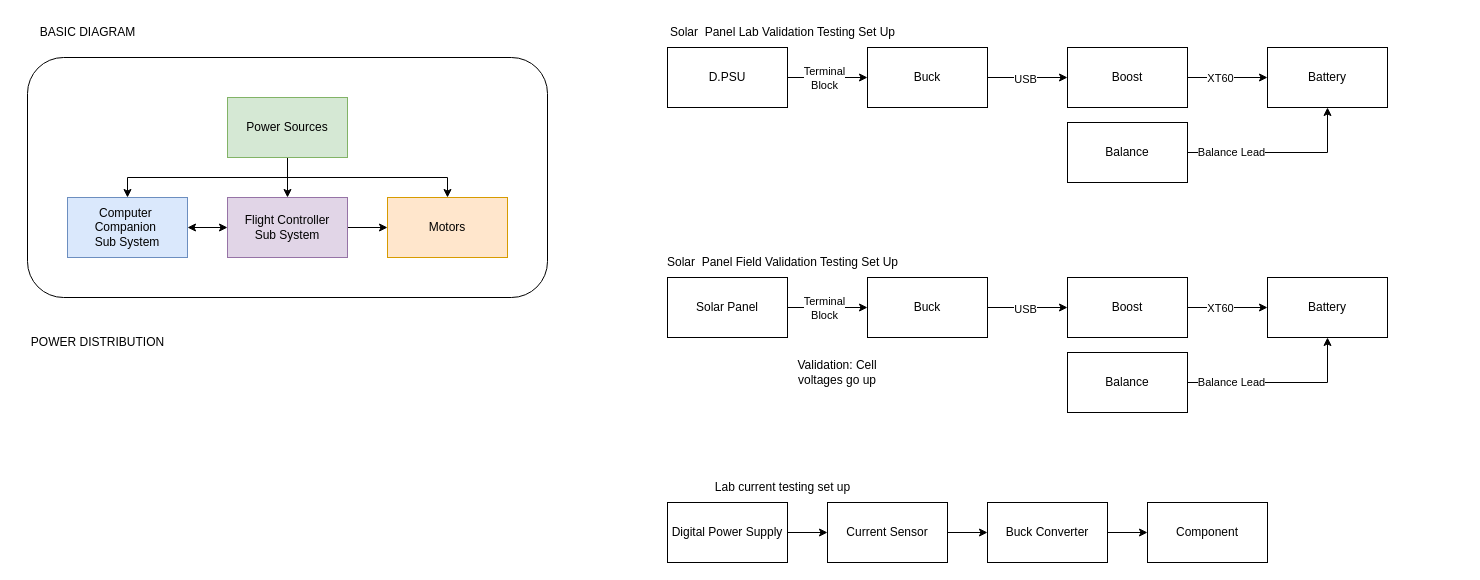
Above: FINALREPORT/REPORT_DIAGRAMS.drawio in cdun954/P4P-Buoy (draw.io), before the change. Source tidied: cells renumbered, new cells numbered last; positions are measured from the earlier drawing's top-left corner, leaving out a move shared by most shapes. Both pictures are drawn from the tidied source at 100%, with x=0, y=0 at pixel (17, 17).
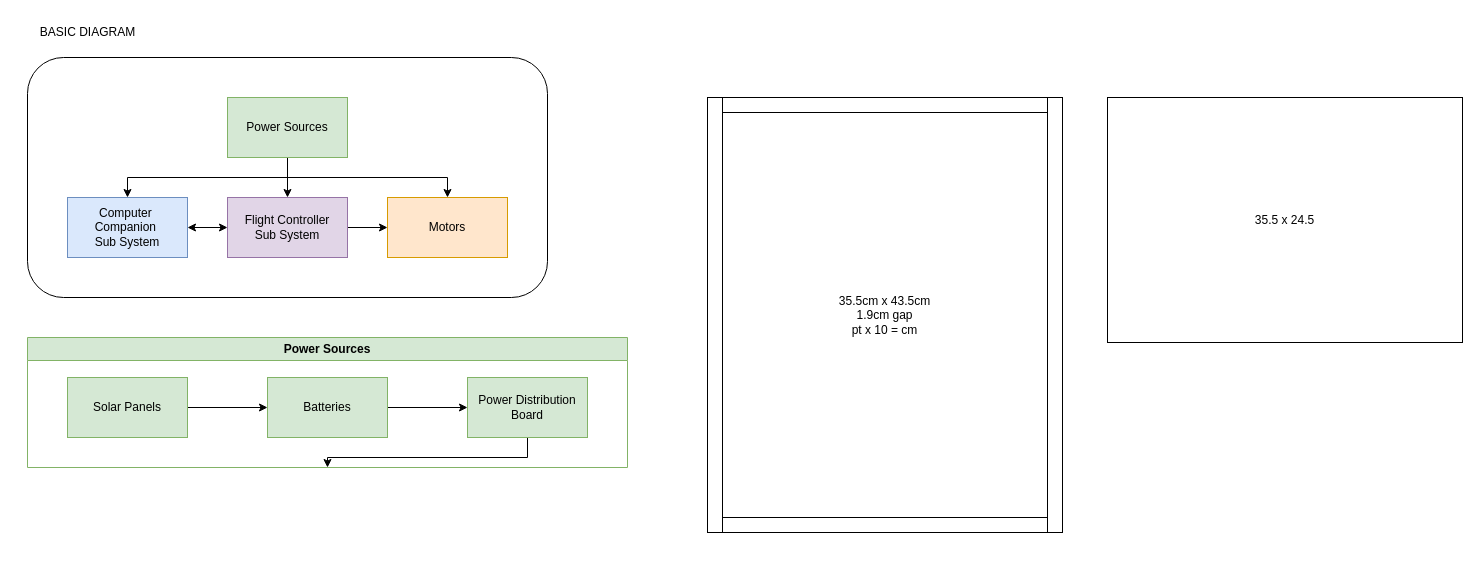
Above is the later version.

Diff of the diagram source:
```diff
@@
-    <mxCell id="13" style="edgeStyle=orthogonalEdgeStyle;rounded=0;jettySize=auto;html=1;exitX=1;exitY=0.5;exitDx=0;exitDy=0;entryX=0;entryY=0.5;entryDx=0;entryDy=0;" parent="1" edge="1" source="15" target="18">
-      <mxGeometry relative="1" as="geometry" />
-    </mxCell>
-    <mxCell id="14" value="Terminal&lt;div&gt;Block&lt;/div&gt;" style="edgeLabel;html=1;align=center;verticalAlign=middle;" parent="13" vertex="1">
-      <mxGeometry x="-0.1" relative="1" as="geometry" />
-    </mxCell>
-    <mxCell id="15" value="D.PSU" style="rounded=0;whiteSpace=wrap;html=1;" parent="1" vertex="1">
-      <mxGeometry x="650" y="30" width="120" height="60" as="geometry" />
-    </mxCell>
-    <mxCell id="16" style="edgeStyle=orthogonalEdgeStyle;rounded=0;jettySize=auto;html=1;exitX=1;exitY=0.5;exitDx=0;exitDy=0;entryX=0;entryY=0.5;entryDx=0;entryDy=0;" parent="1" edge="1" source="18" target="21">
-      <mxGeometry relative="1" as="geometry" />
-    </mxCell>
-    <mxCell id="17" value="USB" style="edgeLabel;html=1;align=center;verticalAlign=middle;" parent="16" vertex="1">
-      <mxGeometry x="-0.07" y="-1" relative="1" as="geometry" />
-    </mxCell>
-    <mxCell id="18" value="Buck" style="rounded=0;whiteSpace=wrap;html=1;" parent="1" vertex="1">
-      <mxGeometry x="850" y="30" width="120" height="60" as="geometry" />
-    </mxCell>
-    <mxCell id="19" style="edgeStyle=orthogonalEdgeStyle;rounded=0;jettySize=auto;html=1;exitX=1;exitY=0.5;exitDx=0;exitDy=0;entryX=0;entryY=0.5;entryDx=0;entryDy=0;" parent="1" edge="1" source="21" target="22">
-      <mxGeometry relative="1" as="geometry" />
-    </mxCell>
-    <mxCell id="20" value="XT60" style="edgeLabel;html=1;align=center;verticalAlign=middle;" parent="19" vertex="1">
-      <mxGeometry x="-0.2" y="-3" relative="1" as="geometry">
-        <mxPoint y="-3" as="offset" />
-      </mxGeometry>
-    </mxCell>
-    <mxCell id="21" value="Boost" style="rounded=0;whiteSpace=wrap;html=1;" parent="1" vertex="1">
-      <mxGeometry x="1050" y="30" width="120" height="60" as="geometry" />
-    </mxCell>
-    <mxCell id="22" value="Battery" style="rounded=0;whiteSpace=wrap;html=1;" parent="1" vertex="1">
-      <mxGeometry x="1250" y="30" width="120" height="60" as="geometry" />
-    </mxCell>
-    <mxCell id="23" style="edgeStyle=orthogonalEdgeStyle;rounded=0;jettySize=auto;html=1;exitX=1;exitY=0.5;exitDx=0;exitDy=0;entryX=0.5;entryY=1;entryDx=0;entryDy=0;" parent="1" edge="1" source="25" target="22">
-      <mxGeometry relative="1" as="geometry" />
-    </mxCell>
-    <mxCell id="24" value="Balance Lead" style="edgeLabel;html=1;align=center;verticalAlign=middle;" parent="23" vertex="1">
-      <mxGeometry x="-0.54" y="1" relative="1" as="geometry" />
-    </mxCell>
-    <mxCell id="25" value="Balance" style="rounded=0;whiteSpace=wrap;html=1;" parent="1" vertex="1">
-      <mxGeometry x="1050" y="105" width="120" height="60" as="geometry" />
-    </mxCell>
-    <mxCell id="26" value="Solar&amp;nbsp; Panel Lab Validation Testing Set Up" style="text;html=1;align=center;verticalAlign=middle;strokeColor=none;fillColor=none;" parent="1" vertex="1">
-      <mxGeometry x="640" width="250" height="30" as="geometry" />
-    </mxCell>
-    <mxCell id="27" style="edgeStyle=orthogonalEdgeStyle;rounded=0;jettySize=auto;html=1;exitX=1;exitY=0.5;exitDx=0;exitDy=0;entryX=0;entryY=0.5;entryDx=0;entryDy=0;" parent="1" edge="1" source="28" target="30">
-      <mxGeometry relative="1" as="geometry" />
-    </mxCell>
-    <mxCell id="28" value="Digital Power Supply" style="rounded=0;whiteSpace=wrap;html=1;" parent="1" vertex="1">
-      <mxGeometry x="650" y="485" width="120" height="60" as="geometry" />
-    </mxCell>
-    <mxCell id="29" style="edgeStyle=orthogonalEdgeStyle;rounded=0;jettySize=auto;html=1;exitX=1;exitY=0.5;exitDx=0;exitDy=0;entryX=0;entryY=0.5;entryDx=0;entryDy=0;" parent="1" edge="1" source="30" target="32">
-      <mxGeometry relative="1" as="geometry" />
-    </mxCell>
-    <mxCell id="30" value="Current Sensor" style="rounded=0;whiteSpace=wrap;html=1;" parent="1" vertex="1">
-      <mxGeometry x="810" y="485" width="120" height="60" as="geometry" />
-    </mxCell>
-    <mxCell id="31" style="edgeStyle=orthogonalEdgeStyle;rounded=0;jettySize=auto;html=1;exitX=1;exitY=0.5;exitDx=0;exitDy=0;entryX=0;entryY=0.5;entryDx=0;entryDy=0;" parent="1" edge="1" source="32" target="33">
-      <mxGeometry relative="1" as="geometry" />
-    </mxCell>
-    <mxCell id="32" value="Buck Converter" style="rounded=0;whiteSpace=wrap;html=1;" parent="1" vertex="1">
-      <mxGeometry x="970" y="485" width="120" height="60" as="geometry" />
-    </mxCell>
-    <mxCell id="33" value="Component" style="rounded=0;whiteSpace=wrap;html=1;" parent="1" vertex="1">
-      <mxGeometry x="1130" y="485" width="120" height="60" as="geometry" />
-    </mxCell>
-    <mxCell id="34" value="Lab current testing set up" style="text;html=1;align=center;verticalAlign=middle;strokeColor=none;fillColor=none;" parent="1" vertex="1">
-      <mxGeometry x="685" y="455" width="160" height="30" as="geometry" />
-    </mxCell>
-    <mxCell id="35" value="POWER DISTRIBUTION" style="text;html=1;align=center;verticalAlign=middle;strokeColor=none;fillColor=none;" parent="1" vertex="1">
-      <mxGeometry y="310" width="160" height="30" as="geometry" />
-    </mxCell>
-    <mxCell id="36" style="edgeStyle=orthogonalEdgeStyle;rounded=0;jettySize=auto;html=1;exitX=1;exitY=0.5;exitDx=0;exitDy=0;entryX=0;entryY=0.5;entryDx=0;entryDy=0;" parent="1" edge="1" source="38" target="41">
-      <mxGeometry relative="1" as="geometry" />
-    </mxCell>
-    <mxCell id="37" value="Terminal&lt;div&gt;Block&lt;/div&gt;" style="edgeLabel;html=1;align=center;verticalAlign=middle;" parent="36" vertex="1">
-      <mxGeometry x="-0.1" relative="1" as="geometry" />
-    </mxCell>
-    <mxCell id="38" value="Solar Panel" style="rounded=0;whiteSpace=wrap;html=1;" parent="1" vertex="1">
-      <mxGeometry x="650" y="260" width="120" height="60" as="geometry" />
-    </mxCell>
-    <mxCell id="39" style="edgeStyle=orthogonalEdgeStyle;rounded=0;jettySize=auto;html=1;exitX=1;exitY=0.5;exitDx=0;exitDy=0;entryX=0;entryY=0.5;entryDx=0;entryDy=0;" parent="1" edge="1" source="41" target="44">
-      <mxGeometry relative="1" as="geometry" />
-    </mxCell>
-    <mxCell id="40" value="USB" style="edgeLabel;html=1;align=center;verticalAlign=middle;" parent="39" vertex="1">
-      <mxGeometry x="-0.07" y="-1" relative="1" as="geometry" />
-    </mxCell>
-    <mxCell id="41" value="Buck" style="rounded=0;whiteSpace=wrap;html=1;" parent="1" vertex="1">
-      <mxGeometry x="850" y="260" width="120" height="60" as="geometry" />
-    </mxCell>
-    <mxCell id="42" style="edgeStyle=orthogonalEdgeStyle;rounded=0;jettySize=auto;html=1;exitX=1;exitY=0.5;exitDx=0;exitDy=0;entryX=0;entryY=0.5;entryDx=0;entryDy=0;" parent="1" edge="1" source="44" target="45">
-      <mxGeometry relative="1" as="geometry" />
-    </mxCell>
-    <mxCell id="43" value="XT60" style="edgeLabel;html=1;align=center;verticalAlign=middle;" parent="42" vertex="1">
-      <mxGeometry x="-0.2" y="-3" relative="1" as="geometry">
-        <mxPoint y="-3" as="offset" />
-      </mxGeometry>
-    </mxCell>
-    <mxCell id="44" value="Boost" style="rounded=0;whiteSpace=wrap;html=1;" parent="1" vertex="1">
-      <mxGeometry x="1050" y="260" width="120" height="60" as="geometry" />
-    </mxCell>
-    <mxCell id="45" value="Battery" style="rounded=0;whiteSpace=wrap;html=1;" parent="1" vertex="1">
-      <mxGeometry x="1250" y="260" width="120" height="60" as="geometry" />
-    </mxCell>
-    <mxCell id="46" style="edgeStyle=orthogonalEdgeStyle;rounded=0;jettySize=auto;html=1;exitX=1;exitY=0.5;exitDx=0;exitDy=0;entryX=0.5;entryY=1;entryDx=0;entryDy=0;" parent="1" edge="1" source="48" target="45">
-      <mxGeometry relative="1" as="geometry" />
-    </mxCell>
-    <mxCell id="47" value="Balance Lead" style="edgeLabel;html=1;align=center;verticalAlign=middle;" parent="46" vertex="1">
-      <mxGeometry x="-0.54" y="1" relative="1" as="geometry" />
-    </mxCell>
-    <mxCell id="48" value="Balance" style="rounded=0;whiteSpace=wrap;html=1;" parent="1" vertex="1">
-      <mxGeometry x="1050" y="335" width="120" height="60" as="geometry" />
-    </mxCell>
-    <mxCell id="49" value="Solar&amp;nbsp; Panel Field Validation Testing Set Up" style="text;html=1;align=center;verticalAlign=middle;strokeColor=none;fillColor=none;" parent="1" vertex="1">
-      <mxGeometry x="640" y="230" width="250" height="30" as="geometry" />
-    </mxCell>
-    <mxCell id="50" value="Validation: Cell voltages go up" style="text;html=1;align=center;verticalAlign=middle;whiteSpace=wrap;rounded=0;" parent="1" vertex="1">
-      <mxGeometry x="770" y="340" width="100" height="30" as="geometry" />
-    </mxCell>
+    <mxCell id="51" value="Power Sources" style="swimlane;whiteSpace=wrap;html=1;startSize=23;fillColor=#d5e8d4;strokeColor=#82b366;" parent="1" vertex="1">
+      <mxGeometry x="10" y="320" width="600" height="130" as="geometry" />
+    </mxCell>
+    <mxCell id="52" style="edgeStyle=orthogonalEdgeStyle;rounded=0;jettySize=auto;html=1;exitX=1;exitY=0.5;exitDx=0;exitDy=0;entryX=0;entryY=0.5;entryDx=0;entryDy=0;" parent="51" edge="1" source="53" target="55">
+      <mxGeometry relative="1" as="geometry" />
+    </mxCell>
+    <mxCell id="53" value="Solar Panels" style="rounded=0;whiteSpace=wrap;html=1;fillColor=#d5e8d4;strokeColor=#82b366;" parent="51" vertex="1">
+      <mxGeometry x="40" y="40" width="120" height="60" as="geometry" />
+    </mxCell>
+    <mxCell id="54" style="edgeStyle=orthogonalEdgeStyle;rounded=0;jettySize=auto;html=1;exitX=1;exitY=0.5;exitDx=0;exitDy=0;entryX=0;entryY=0.5;entryDx=0;entryDy=0;" parent="51" edge="1" source="55" target="57">
+      <mxGeometry relative="1" as="geometry" />
+    </mxCell>
+    <mxCell id="55" value="Batteries" style="rounded=0;whiteSpace=wrap;html=1;fillColor=#d5e8d4;strokeColor=#82b366;" parent="51" vertex="1">
+      <mxGeometry x="240" y="40" width="120" height="60" as="geometry" />
+    </mxCell>
+    <mxCell id="56" style="edgeStyle=orthogonalEdgeStyle;rounded=0;jettySize=auto;html=1;exitX=0.5;exitY=1;exitDx=0;exitDy=0;entryX=0.5;entryY=1;entryDx=0;entryDy=0;" parent="51" edge="1" source="57" target="51">
+      <mxGeometry relative="1" as="geometry" />
+    </mxCell>
+    <mxCell id="57" value="Power Distribution Board" style="rounded=0;whiteSpace=wrap;html=1;fillColor=#d5e8d4;strokeColor=#82b366;" parent="51" vertex="1">
+      <mxGeometry x="440" y="40" width="120" height="60" as="geometry" />
+    </mxCell>
+    <mxCell id="58" value="35.5cm x 43.5cm&lt;div&gt;1.9cm gap&lt;br&gt;&lt;div&gt;pt x 10 = cm&lt;/div&gt;&lt;/div&gt;" style="rounded=0;whiteSpace=wrap;html=1;" parent="1" vertex="1">
+      <mxGeometry x="690" y="80" width="355" height="435" as="geometry" />
+    </mxCell>
+    <mxCell id="59" style="rounded=0;whiteSpace=wrap;html=1;" parent="1" vertex="1">
+      <mxGeometry x="690" y="80" width="355" height="15" as="geometry" />
+    </mxCell>
+    <mxCell id="60" style="rounded=0;whiteSpace=wrap;html=1;" parent="1" vertex="1">
+      <mxGeometry x="690" y="500" width="355" height="15" as="geometry" />
+    </mxCell>
+    <mxCell id="61" style="rounded=0;whiteSpace=wrap;html=1;" parent="1" vertex="1">
+      <mxGeometry x="1030" y="80" width="15" height="435" as="geometry" />
+    </mxCell>
+    <mxCell id="62" style="rounded=0;whiteSpace=wrap;html=1;" parent="1" vertex="1">
+      <mxGeometry x="690" y="80" width="15" height="435" as="geometry" />
+    </mxCell>
+    <mxCell id="63" value="35.5 x 24.5" style="rounded=0;whiteSpace=wrap;html=1;rotation=0;" parent="1" vertex="1">
+      <mxGeometry x="1090" y="80" width="355" height="245" as="geometry" />
+    </mxCell>
```
